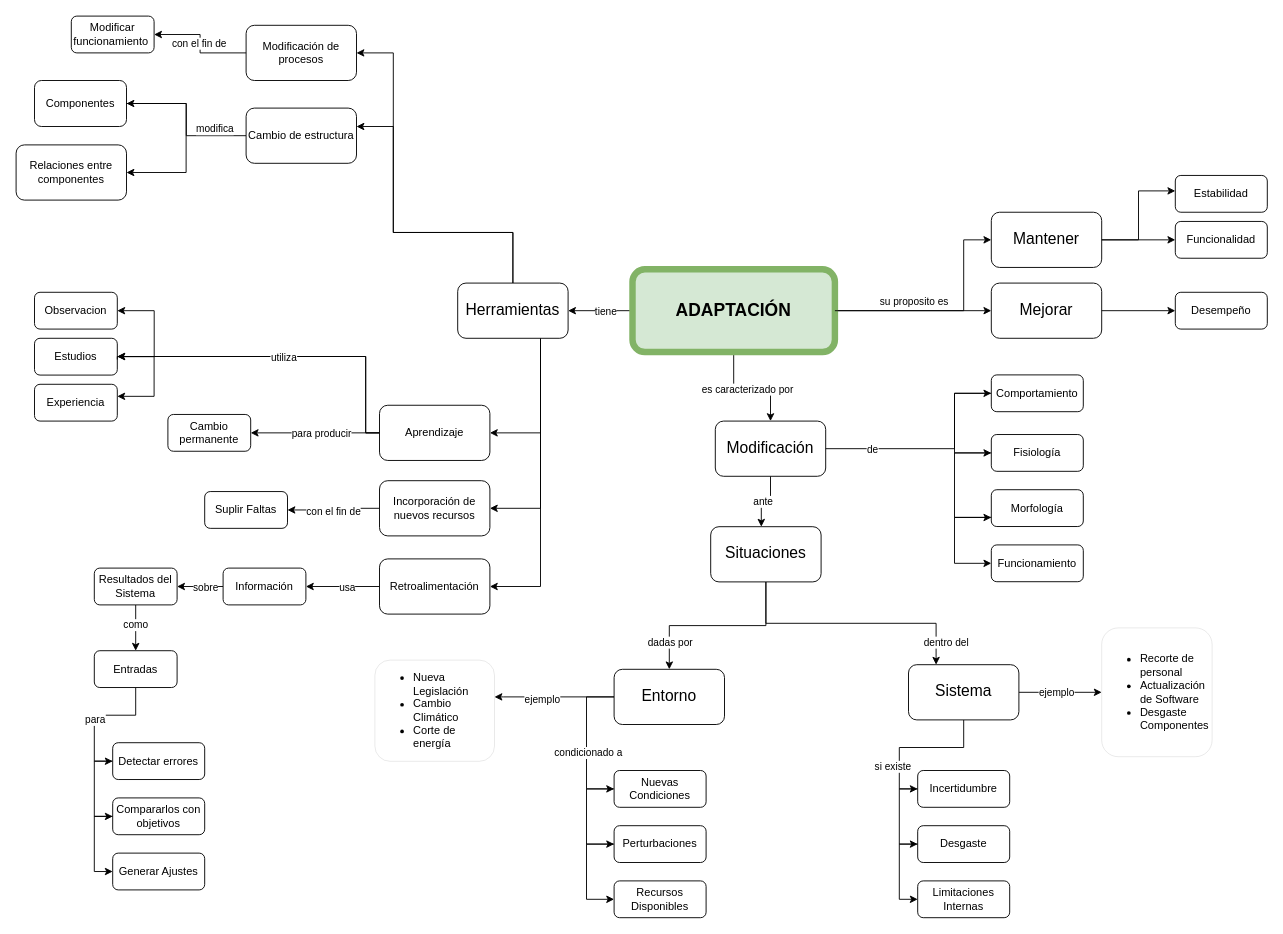
Earlier version of the draw.io diagram Adaptacion.drawio (HanaU3U/ciencias1). Source tidied: cells renumbered, new cells numbered last; positions are measured from the earlier drawing's top-left corner, leaving out a move shared by most shapes. Both pictures are drawn from the tidied source at 92%, with x=0, y=0 at pixel (16, 16).
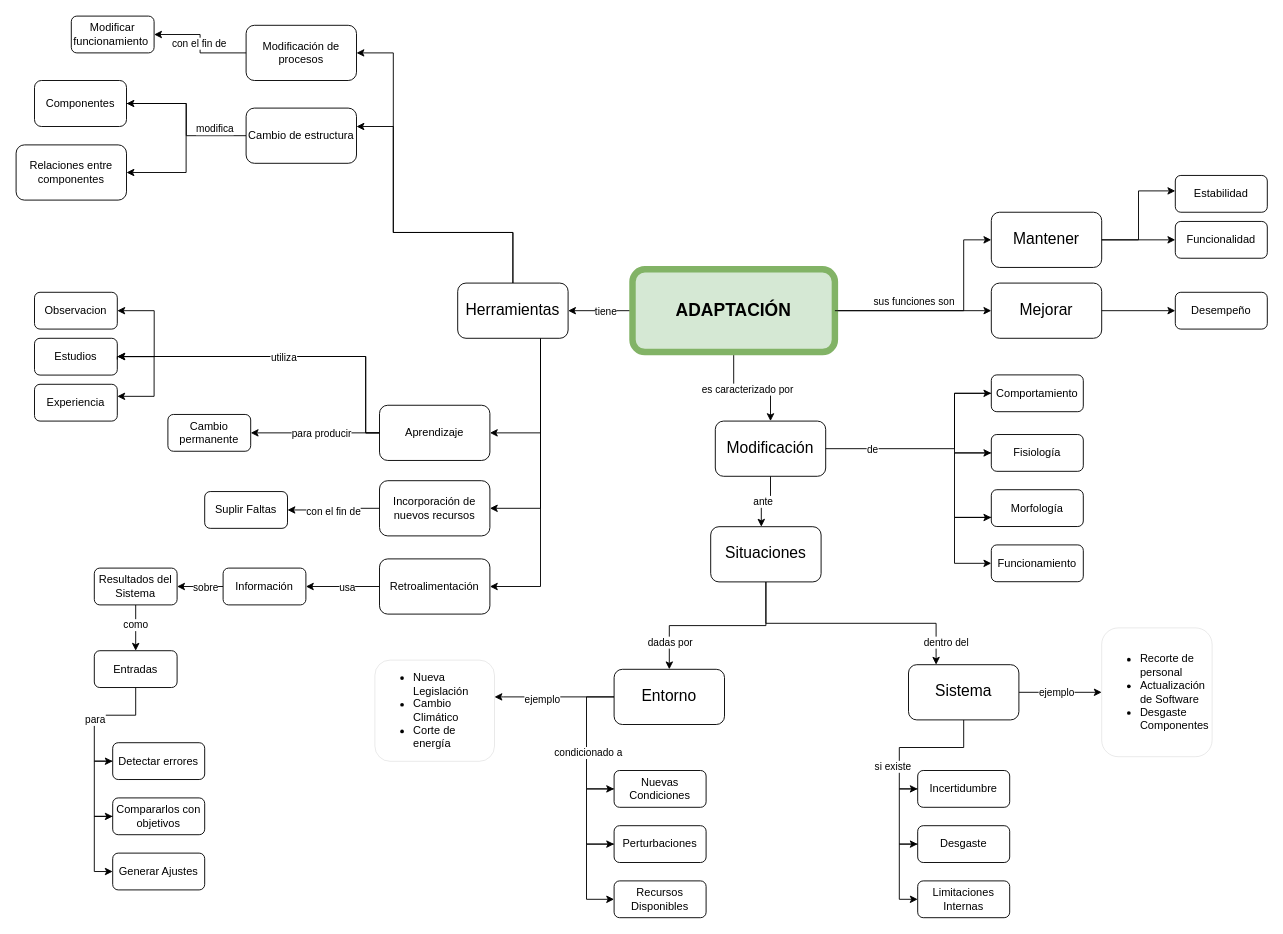
The same diagram, later.

The change refers to these unchanged cells:
```xml
<mxCell id="2" style="edgeStyle=orthogonalEdgeStyle;rounded=0;jettySize=auto;html=1;entryX=0;entryY=0.5;entryDx=0;entryDy=0;" parent="1" edge="1" source="8" target="9">
  <mxGeometry relative="1" as="geometry" />
</mxCell>
```

Change to the diagram source:
```diff
@@
-    <mxCell id="3" value="su proposito es" style="edgeLabel;html=1;align=center;verticalAlign=middle;" parent="2" vertex="1">
+    <mxCell id="3" value="sus funciones son" style="edgeLabel;html=1;align=center;verticalAlign=middle;" parent="2" vertex="1">
       <mxGeometry x="0.02" y="-1" relative="1" as="geometry">
         <mxPoint x="-2" y="-11" as="offset" />
       </mxGeometry>
     </mxCell>
```
